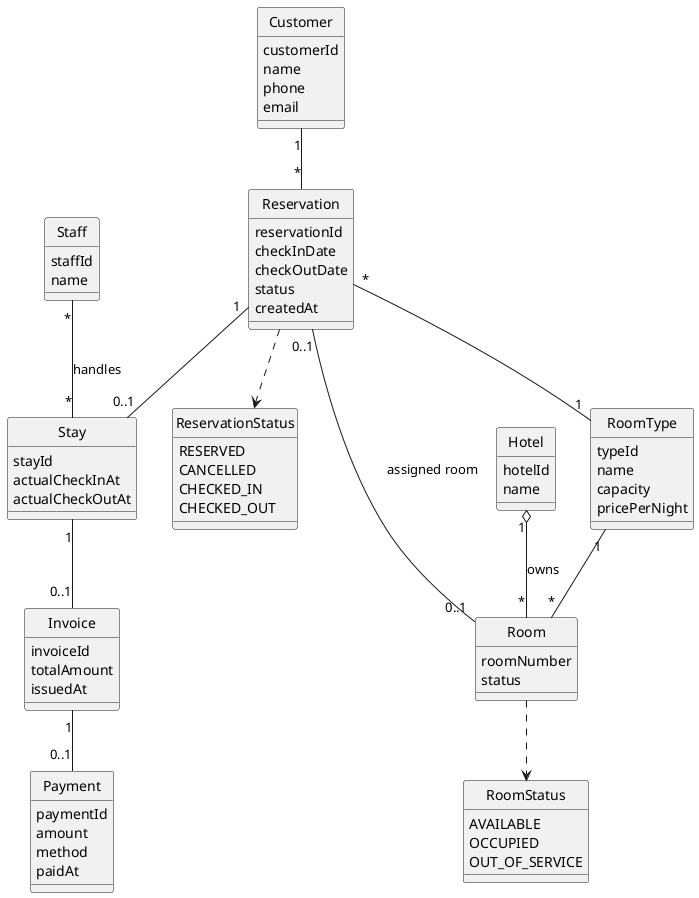
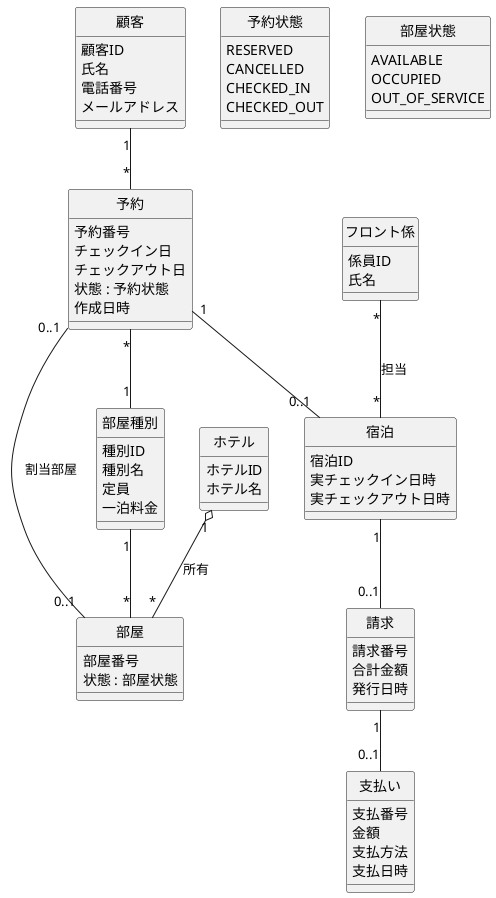
@startuml domain_class
' ============================================================
- ' HRS 概念クラス図（演習1 / ドメイン分析）
+ ' HRS 概念クラス図（演習1 / ドメイン分析）日本語版
' Issue: [Domain] 概念クラス図を作成する
'
' 方針:
- '   - ここには「ホテル業務に存在する概念」だけを置く
- '   - Controller / UI / Repository / DB などの実装クラスは入れない
+ '   - ホテル業務に存在する概念だけを置く（実装クラスは入れない）
+ '   - 状態は「属性の型」として列挙を指す（点線の依存は描かない）
'   - 多重度・ロール名・集約を明示する
- ' プレビュー: VS Code の PlantUML 拡張（Alt+D）か
- '            https://www.plantuml.com/plantuml にコード貼り付け
' ============================================================

skinparam classAttributeIconSize 0
hide circle

- class Customer {
-   customerId
-   name
-   phone
-   email
+ class 顧客 {
+   顧客ID
+   氏名
+   電話番号
+   メールアドレス
}

- class Staff {
-   staffId
-   name
+ class フロント係 {
+   係員ID
+   氏名
}

- class Hotel {
-   hotelId
-   name
+ class ホテル {
+   ホテルID
+   ホテル名
}

- class Room {
-   roomNumber
-   status
+ class 部屋 {
+   部屋番号
+   状態 : 部屋状態
}

- class RoomType {
-   typeId
-   name
-   capacity
-   pricePerNight
+ class 部屋種別 {
+   種別ID
+   種別名
+   定員
+   一泊料金
}

- class Reservation {
-   reservationId
-   checkInDate
-   checkOutDate
-   status
-   createdAt
+ class 予約 {
+   予約番号
+   チェックイン日
+   チェックアウト日
+   状態 : 予約状態
+   作成日時
}

- class Stay {
-   stayId
-   actualCheckInAt
-   actualCheckOutAt
+ class 宿泊 {
+   宿泊ID
+   実チェックイン日時
+   実チェックアウト日時
}

- class Invoice {
-   invoiceId
-   totalAmount
-   issuedAt
+ class 請求 {
+   請求番号
+   合計金額
+   発行日時
}

- class Payment {
-   paymentId
-   amount
-   method
-   paidAt
+ class 支払い {
+   支払番号
+   金額
+   支払方法
+   支払日時
}

- ' --- 状態は列挙として表現（採用するか要判断: docs/01_domain_analysis.md 参照）---
- enum ReservationStatus {
+ ' 状態が取りうる値の一覧（型の定義）。属性側から型として参照するため、点線は描かない
+ enum 予約状態 {
  RESERVED
  CANCELLED
  CHECKED_IN
  CHECKED_OUT
}

- enum RoomStatus {
+ enum 部屋状態 {
  AVAILABLE
  OCCUPIED
  OUT_OF_SERVICE
}

' ============================================================
' 関係と多重度
' ============================================================
- Hotel        "1"    o-- "*"    Room                  : owns
- RoomType     "1"    --  "*"    Room
- Customer     "1"    --  "*"    Reservation
- Reservation  "*"    --  "1"    RoomType
- Reservation  "0..1" --  "0..1" Room                  : assigned room
- Reservation  "1"    --  "0..1" Stay
- Stay         "1"    --  "0..1" Invoice
- Invoice      "1"    --  "0..1" Payment
- Staff        "*"    --  "*"    Stay                  : handles
- 
- ' 状態の対応（列挙を採用する場合のみ）
- Reservation  ..>  ReservationStatus
- Room         ..>  RoomStatus
+ ホテル      "1"    o-- "*"    部屋        : 所有
+ 部屋種別    "1"    --  "*"    部屋
+ 顧客        "1"    --  "*"    予約
+ 予約        "*"    --  "1"    部屋種別
+ 予約        "0..1" --  "0..1" 部屋        : 割当部屋
+ 予約        "1"    --  "0..1" 宿泊
+ 宿泊        "1"    --  "0..1" 請求
+ 請求        "1"    --  "0..1" 支払い
+ フロント係  "*"    --  "*"    宿泊        : 担当

@enduml
